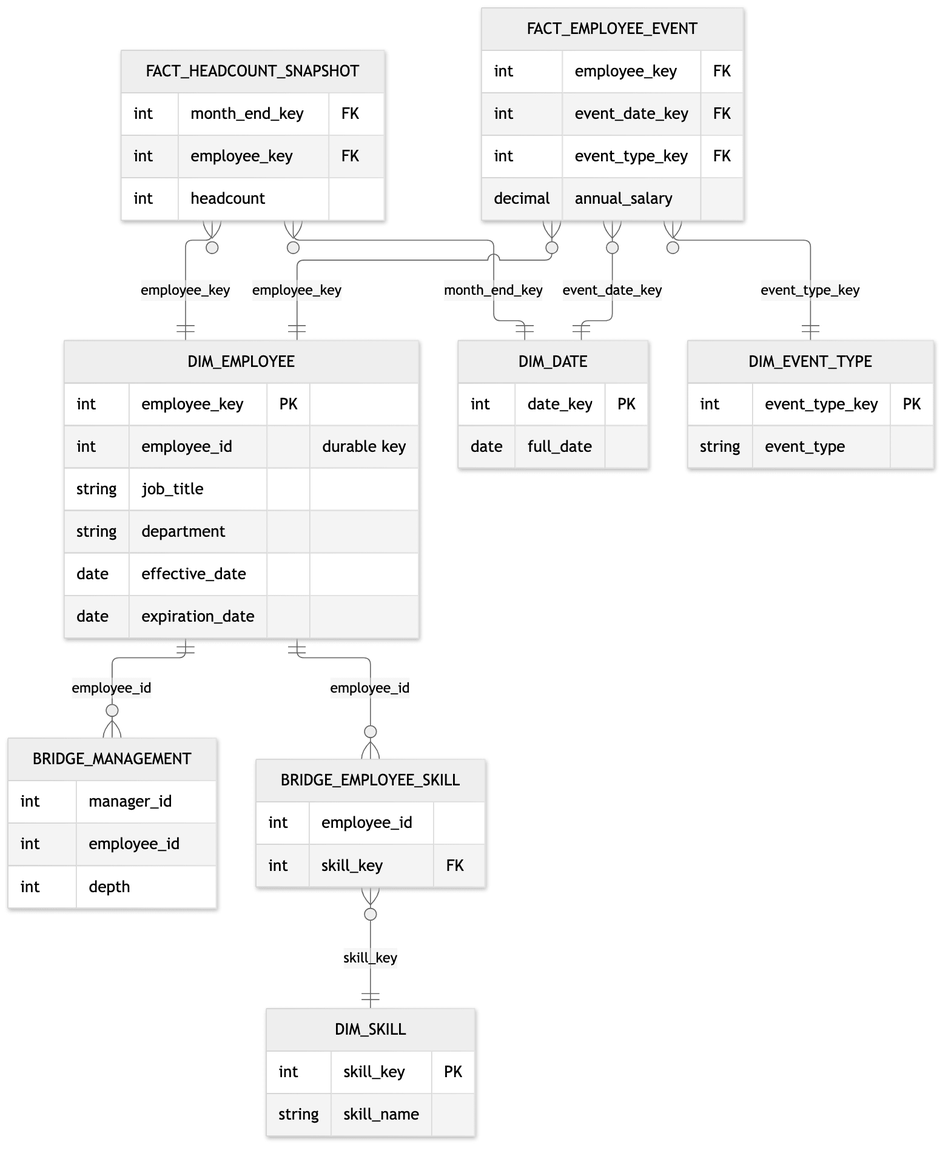
surfalytics/dataengineer_ru keeps this Mermaid diagram as public/assets/data-warehouse-toolkit/ch09-hr-star.png. Above is the earlier version. Its source is kept beside it as scripts/kimball-diagrams/src/ch09-hr-star.mmd. Source of this version:
```mermaid
erDiagram
  FACT_EMPLOYEE_EVENT }o--|| DIM_EMPLOYEE : "employee_key"
  FACT_EMPLOYEE_EVENT }o--|| DIM_DATE : "event_date_key"
  FACT_EMPLOYEE_EVENT }o--|| DIM_EVENT_TYPE : "event_type_key"
  FACT_HEADCOUNT_SNAPSHOT }o--|| DIM_EMPLOYEE : "employee_key"
  FACT_HEADCOUNT_SNAPSHOT }o--|| DIM_DATE : "month_end_key"
  DIM_EMPLOYEE ||--o{ BRIDGE_MANAGEMENT : "employee_id"
  DIM_EMPLOYEE ||--o{ BRIDGE_EMPLOYEE_SKILL : "employee_id"
  BRIDGE_EMPLOYEE_SKILL }o--|| DIM_SKILL : "skill_key"
  FACT_EMPLOYEE_EVENT {
    int employee_key FK
    int event_date_key FK
    int event_type_key FK
    decimal annual_salary
  }
  FACT_HEADCOUNT_SNAPSHOT {
    int month_end_key FK
    int employee_key FK
    int headcount
  }
  DIM_EMPLOYEE {
    int employee_key PK
    int employee_id "durable key"
    string job_title
    string department
    date effective_date
    date expiration_date
  }
  BRIDGE_MANAGEMENT {
    int manager_id
    int employee_id
    int depth
  }
  BRIDGE_EMPLOYEE_SKILL {
    int employee_id
    int skill_key FK
  }
  DIM_SKILL {
    int skill_key PK
    string skill_name
  }
  DIM_EVENT_TYPE {
    int event_type_key PK
    string event_type
  }
  DIM_DATE {
    int date_key PK
    date full_date
  }
```
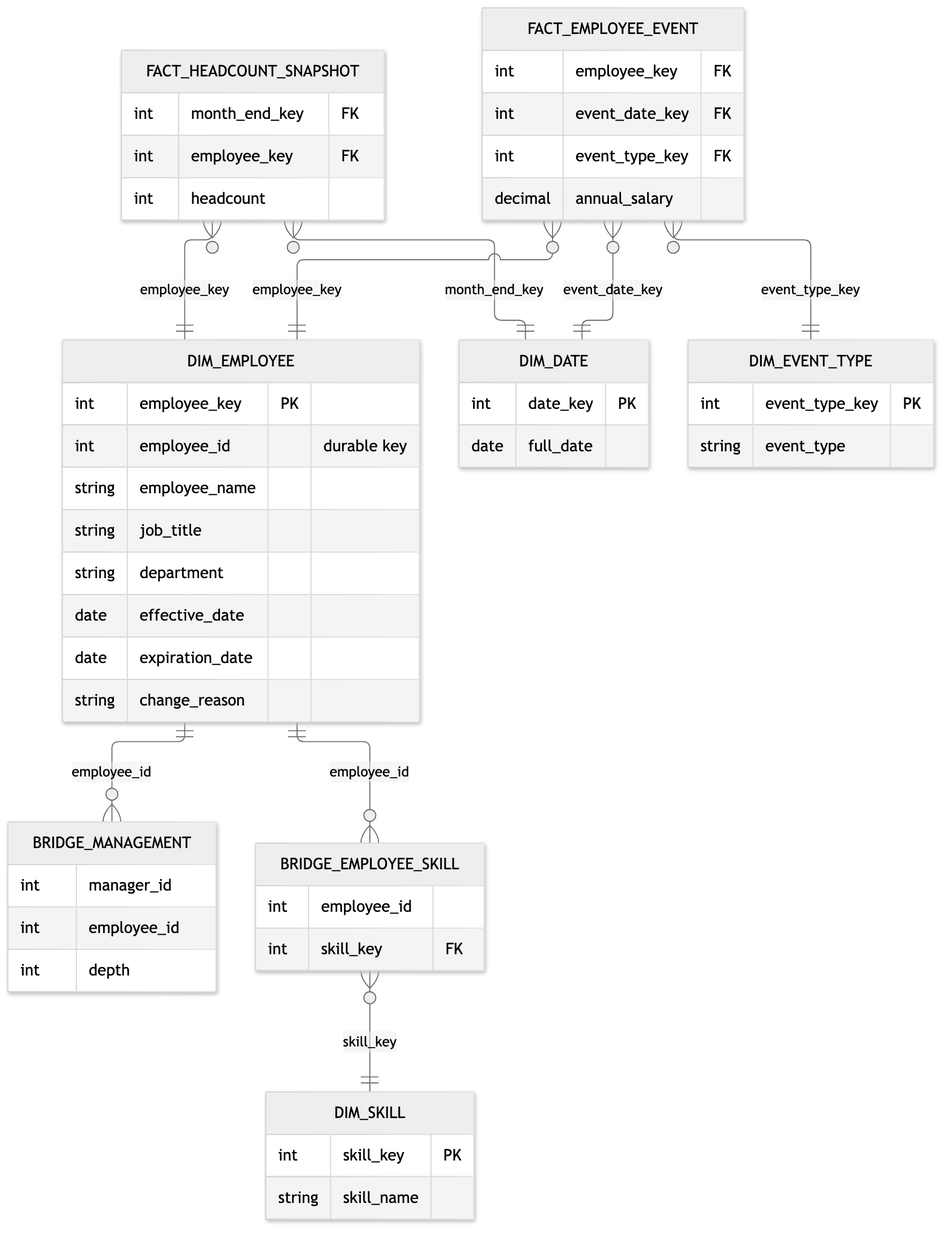
The same diagram one commit later.

The edit, as a diff of the source:
```diff
@@ -21,10 +21,12 @@
   DIM_EMPLOYEE {
     int employee_key PK
     int employee_id "durable key"
+    string employee_name
     string job_title
     string department
     date effective_date
     date expiration_date
+    string change_reason
   }
   BRIDGE_MANAGEMENT {
     int manager_id
```
